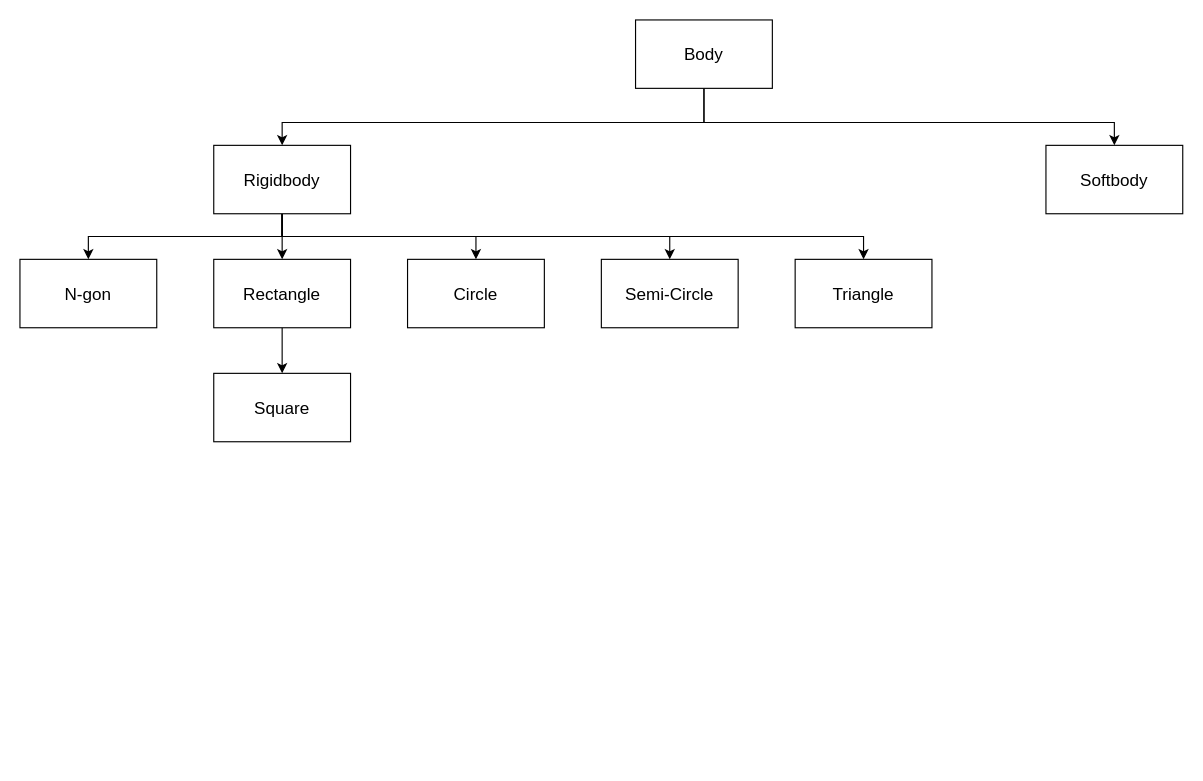
This is Documentation/Design/ClassDiagram.drawio from O-Fitz/ALevelProject, a draw.io file, before an edit. Source tidied: cells renumbered, new cells numbered last; positions are measured from the earlier drawing's top-left corner, leaving out a move shared by most shapes. Both pictures are drawn from the tidied source at 114%, with x=0, y=0 at pixel (19, 19).
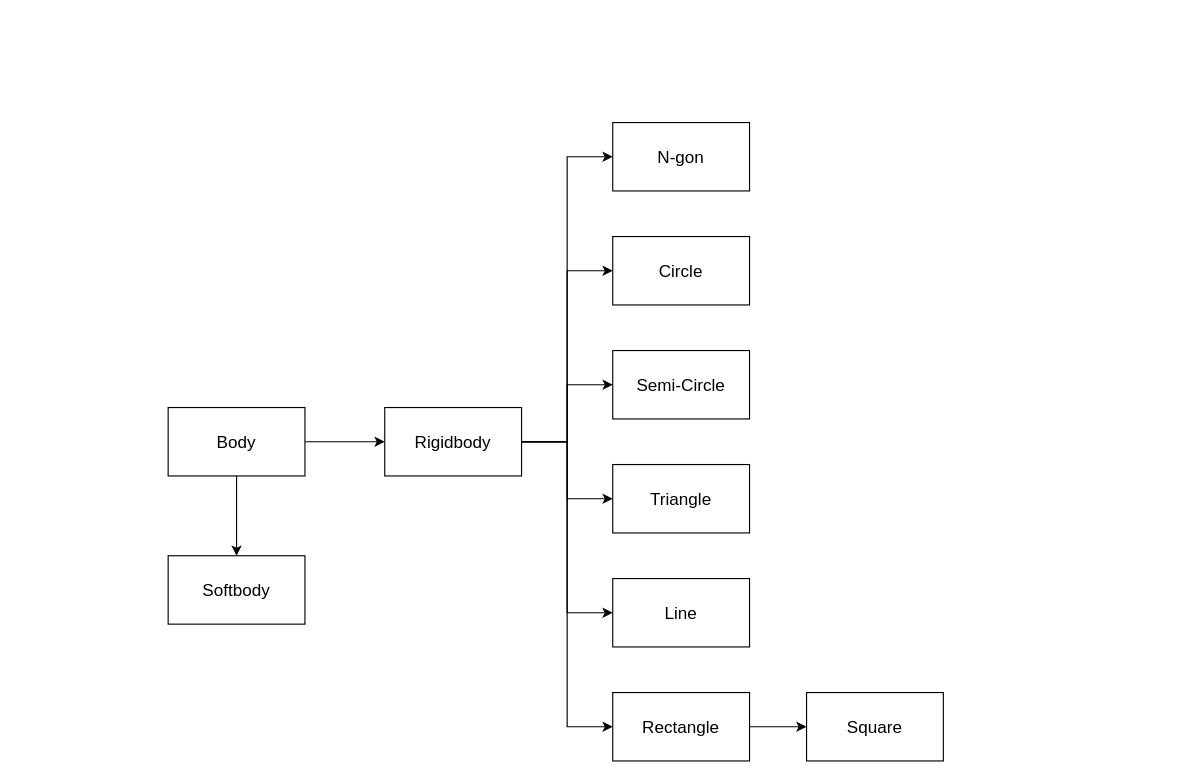
The same page after the edit.

Change to the diagram source:
```diff
@@
-    <mxCell id="2" style="edgeStyle=orthogonalEdgeStyle;rounded=0;jettySize=auto;html=1;entryX=0.5;entryY=0;entryDx=0;entryDy=0;fontSize=15;" parent="1" edge="1" source="4" target="10">
-      <mxGeometry relative="1" as="geometry">
-        <Array as="points">
-          <mxPoint x="600" y="90" />
-          <mxPoint x="230" y="90" />
-        </Array>
-      </mxGeometry>
+    <mxCell id="2" style="edgeStyle=orthogonalEdgeStyle;rounded=0;jettySize=auto;html=1;entryX=0;entryY=0.5;entryDx=0;entryDy=0;" parent="1" edge="1" source="4" target="10">
+      <mxGeometry relative="1" as="geometry" />
     </mxCell>
-    <mxCell id="3" style="edgeStyle=orthogonalEdgeStyle;rounded=0;jettySize=auto;html=1;entryX=0.5;entryY=0;entryDx=0;entryDy=0;fontSize=15;" parent="1" edge="1" source="4" target="16">
-      <mxGeometry relative="1" as="geometry">
-        <Array as="points">
-          <mxPoint x="600" y="90" />
-          <mxPoint x="960" y="90" />
-        </Array>
-      </mxGeometry>
+    <mxCell id="3" style="edgeStyle=orthogonalEdgeStyle;rounded=0;jettySize=auto;html=1;" parent="1" edge="1" source="4" target="16">
+      <mxGeometry relative="1" as="geometry" />
     </mxCell>
     <mxCell id="4" value="&lt;font style=&quot;font-size: 15px;&quot;&gt;Body&lt;/font&gt;" style="rounded=0;whiteSpace=wrap;html=1;" parent="1" vertex="1">
-      <mxGeometry x="540" width="120" height="60" as="geometry" />
+      <mxGeometry x="130" y="340" width="120" height="60" as="geometry" />
     </mxCell>
-    <mxCell id="5" style="edgeStyle=orthogonalEdgeStyle;rounded=0;jettySize=auto;html=1;fontSize=15;entryX=0.5;entryY=0;entryDx=0;entryDy=0;" parent="1" edge="1" source="10" target="13">
-      <mxGeometry relative="1" as="geometry" />
-    </mxCell>
-    <mxCell id="6" style="edgeStyle=orthogonalEdgeStyle;rounded=0;jettySize=auto;html=1;entryX=0.5;entryY=0;entryDx=0;entryDy=0;fontSize=15;" parent="1" edge="1" source="10" target="15">
-      <mxGeometry relative="1" as="geometry">
-        <Array as="points">
-          <mxPoint x="230" y="190" />
-          <mxPoint x="60" y="190" />
-        </Array>
-      </mxGeometry>
+    <mxCell id="6" style="edgeStyle=orthogonalEdgeStyle;rounded=0;jettySize=auto;html=1;entryX=0;entryY=0.5;entryDx=0;entryDy=0;" parent="1" edge="1" source="10" target="15">
+      <mxGeometry relative="1" as="geometry" />
     </mxCell>
-    <mxCell id="7" style="edgeStyle=orthogonalEdgeStyle;rounded=0;jettySize=auto;html=1;entryX=0.5;entryY=0;entryDx=0;entryDy=0;fontSize=15;" parent="1" edge="1" source="10" target="11">
-      <mxGeometry relative="1" as="geometry">
-        <Array as="points">
-          <mxPoint x="230" y="190" />
-          <mxPoint x="400" y="190" />
-        </Array>
-      </mxGeometry>
+    <mxCell id="7" style="edgeStyle=orthogonalEdgeStyle;rounded=0;jettySize=auto;html=1;entryX=0;entryY=0.5;entryDx=0;entryDy=0;" parent="1" edge="1" source="10" target="11">
+      <mxGeometry relative="1" as="geometry" />
     </mxCell>
-    <mxCell id="8" style="edgeStyle=orthogonalEdgeStyle;rounded=0;jettySize=auto;html=1;fontSize=15;" parent="1" edge="1" source="10" target="17">
-      <mxGeometry relative="1" as="geometry">
-        <Array as="points">
-          <mxPoint x="230" y="190" />
-          <mxPoint x="570" y="190" />
-        </Array>
-      </mxGeometry>
+    <mxCell id="8" style="edgeStyle=orthogonalEdgeStyle;rounded=0;jettySize=auto;html=1;entryX=0;entryY=0.5;entryDx=0;entryDy=0;" parent="1" edge="1" source="10" target="17">
+      <mxGeometry relative="1" as="geometry" />
     </mxCell>
-    <mxCell id="9" style="edgeStyle=orthogonalEdgeStyle;rounded=0;jettySize=auto;html=1;fontSize=15;" parent="1" edge="1" source="10" target="18">
-      <mxGeometry relative="1" as="geometry">
-        <Array as="points">
-          <mxPoint x="230" y="190" />
-          <mxPoint x="740" y="190" />
-        </Array>
-      </mxGeometry>
+    <mxCell id="9" style="edgeStyle=orthogonalEdgeStyle;rounded=0;jettySize=auto;html=1;entryX=0;entryY=0.5;entryDx=0;entryDy=0;" parent="1" edge="1" source="10" target="18">
+      <mxGeometry relative="1" as="geometry" />
     </mxCell>
+    <mxCell id="19" style="edgeStyle=orthogonalEdgeStyle;rounded=0;jettySize=auto;html=1;entryX=0;entryY=0.5;entryDx=0;entryDy=0;" parent="1" edge="1" source="10" target="20">
+      <mxGeometry relative="1" as="geometry" />
+    </mxCell>
+    <mxCell id="5" style="edgeStyle=orthogonalEdgeStyle;rounded=0;jettySize=auto;html=1;entryX=0;entryY=0.5;entryDx=0;entryDy=0;" parent="1" edge="1" source="10" target="13">
+      <mxGeometry relative="1" as="geometry" />
+    </mxCell>
     <mxCell id="10" value="Rigidbody" style="rounded=0;whiteSpace=wrap;html=1;fontSize=15;" parent="1" vertex="1">
-      <mxGeometry x="170" y="110" width="120" height="60" as="geometry" />
+      <mxGeometry x="320" y="340" width="120" height="60" as="geometry" />
     </mxCell>
     <mxCell id="11" value="Circle" style="rounded=0;whiteSpace=wrap;html=1;fontSize=15;" parent="1" vertex="1">
-      <mxGeometry x="340" y="210" width="120" height="60" as="geometry" />
+      <mxGeometry x="520" y="190" width="120" height="60" as="geometry" />
     </mxCell>
-    <mxCell id="12" style="edgeStyle=orthogonalEdgeStyle;rounded=0;jettySize=auto;html=1;entryX=0.5;entryY=0;entryDx=0;entryDy=0;fontSize=15;" parent="1" edge="1" source="13" target="14">
+    <mxCell id="12" style="edgeStyle=orthogonalEdgeStyle;rounded=0;jettySize=auto;html=1;entryX=0;entryY=0.5;entryDx=0;entryDy=0;" parent="1" edge="1" source="13" target="14">
       <mxGeometry relative="1" as="geometry" />
     </mxCell>
     <mxCell id="13" value="Rectangle" style="rounded=0;whiteSpace=wrap;html=1;fontSize=15;" parent="1" vertex="1">
-      <mxGeometry x="170" y="210" width="120" height="60" as="geometry" />
+      <mxGeometry x="520" y="590" width="120" height="60" as="geometry" />
     </mxCell>
     <mxCell id="14" value="Square" style="rounded=0;whiteSpace=wrap;html=1;fontSize=15;" parent="1" vertex="1">
-      <mxGeometry x="170" y="310" width="120" height="60" as="geometry" />
+      <mxGeometry x="690" y="590" width="120" height="60" as="geometry" />
     </mxCell>
     <mxCell id="15" value="N-gon" style="rounded=0;whiteSpace=wrap;html=1;fontSize=15;" parent="1" vertex="1">
-      <mxGeometry y="210" width="120" height="60" as="geometry" />
+      <mxGeometry x="520" y="90" width="120" height="60" as="geometry" />
     </mxCell>
     <mxCell id="16" value="Softbody" style="rounded=0;whiteSpace=wrap;html=1;fontSize=15;" parent="1" vertex="1">
-      <mxGeometry x="900" y="110" width="120" height="60" as="geometry" />
+      <mxGeometry x="130" y="470" width="120" height="60" as="geometry" />
     </mxCell>
     <mxCell id="17" value="Semi-Circle" style="rounded=0;whiteSpace=wrap;html=1;fontSize=15;" parent="1" vertex="1">
-      <mxGeometry x="510" y="210" width="120" height="60" as="geometry" />
+      <mxGeometry x="520" y="290" width="120" height="60" as="geometry" />
     </mxCell>
     <mxCell id="18" value="Triangle" style="rounded=0;whiteSpace=wrap;html=1;fontSize=15;" parent="1" vertex="1">
-      <mxGeometry x="680" y="210" width="120" height="60" as="geometry" />
+      <mxGeometry x="520" y="390" width="120" height="60" as="geometry" />
     </mxCell>
+    <mxCell id="20" value="Line" style="rounded=0;whiteSpace=wrap;html=1;fontSize=15;" parent="1" vertex="1">
+      <mxGeometry x="520" y="490" width="120" height="60" as="geometry" />
+    </mxCell>
```
